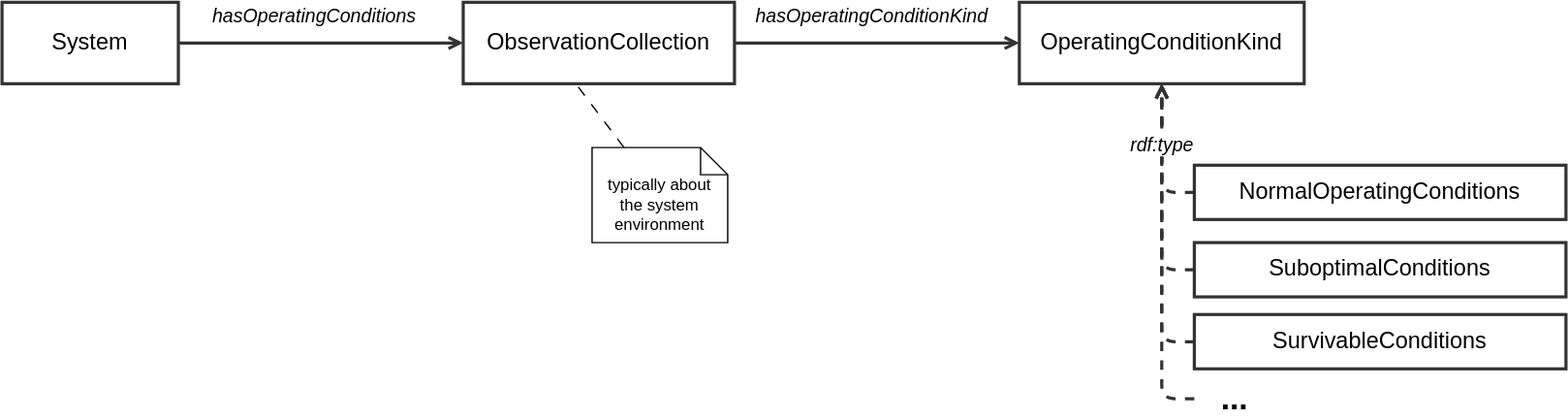
Earlier version of the draw.io export ssn/images/SSNSystem-operating-conditions.svg (afeliachi/sdw-sosa-ssn). Source tidied: cells renumbered, new cells last; positions are measured from the earlier drawing's top-left corner, leaving out a move shared by most shapes. The source it was exported from:
```xml
<mxGraphModel>
  <root>
    <mxCell id="0" />
    <mxCell id="1" parent="0" />
    <mxCell id="2" value="hasOperatingConditionKind" style="edgeStyle=orthogonalEdgeStyle;shape=connector;rounded=1;jettySize=auto;html=1;exitX=1;exitY=0.5;exitDx=0;exitDy=0;labelBackgroundColor=default;strokeColor=#333333;strokeWidth=2.3;align=center;verticalAlign=middle;fontFamily=Helvetica;fontSize=14;fontColor=default;startArrow=none;endArrow=open;fontStyle=2;" parent="1" edge="1" source="3" target="4">
      <mxGeometry x="-0.04" y="20" relative="1" as="geometry" />
    </mxCell>
    <mxCell id="3" value="ObservationCollection" style="html=1;overflow=block;blockSpacing=1;whiteSpace=wrap;fontSize=16.8;align=center;spacing=0;strokeColor=#333333;fillColor=none;strokeWidth=2.3;" parent="1" vertex="1">
      <mxGeometry x="340" width="200" height="60" as="geometry" />
    </mxCell>
    <mxCell id="4" value="OperatingConditionKind" style="html=1;overflow=block;blockSpacing=1;whiteSpace=wrap;fontSize=16.8;align=center;spacing=0;strokeColor=#333333;strokeOpacity=100;fillColor=none;strokeWidth=2.3;" parent="1" vertex="1">
      <mxGeometry x="750" width="210" height="60" as="geometry" />
    </mxCell>
    <mxCell id="5" value="NormalOperatingConditions" style="html=1;overflow=block;blockSpacing=1;whiteSpace=wrap;fontSize=16.8;align=center;spacing=0;strokeColor=#333333;strokeOpacity=100;fillColor=none;strokeWidth=2.3;" parent="1" vertex="1">
      <mxGeometry x="879" y="120" width="274" height="40" as="geometry" />
    </mxCell>
    <mxCell id="6" value="..." style="text;html=1;strokeColor=none;fillColor=none;align=center;verticalAlign=middle;whiteSpace=wrap;rounded=0;fontSize=24;fontFamily=Helvetica;fontColor=default;fontStyle=1;" parent="1" vertex="1">
      <mxGeometry x="879" y="277" width="60" height="30" as="geometry" />
    </mxCell>
    <mxCell id="7" style="edgeStyle=orthogonalEdgeStyle;shape=connector;rounded=1;jettySize=auto;html=1;labelBackgroundColor=default;strokeColor=#333333;strokeWidth=2.3;align=center;verticalAlign=middle;fontFamily=Helvetica;fontSize=14;fontColor=default;startArrow=none;endArrow=open;fontStyle=2;entryX=0.5;entryY=1;entryDx=0;entryDy=0;dashed=1;exitX=0;exitY=0.5;exitDx=0;exitDy=0;" parent="1" edge="1" source="5" target="4">
      <mxGeometry x="-0.04" y="20" relative="1" as="geometry" />
    </mxCell>
    <mxCell id="8" style="edgeStyle=orthogonalEdgeStyle;shape=connector;rounded=1;jettySize=auto;html=1;exitX=0;exitY=0.5;exitDx=0;exitDy=0;dashed=1;labelBackgroundColor=default;strokeColor=#333333;strokeWidth=2.3;align=center;verticalAlign=middle;fontFamily=Helvetica;fontSize=14;fontColor=default;startArrow=none;endArrow=open;" parent="1" edge="1" source="9" target="4">
      <mxGeometry relative="1" as="geometry" />
    </mxCell>
    <mxCell id="9" value="SurvivableConditions" style="html=1;overflow=block;blockSpacing=1;whiteSpace=wrap;fontSize=16.8;align=center;spacing=0;strokeColor=#333333;strokeOpacity=100;fillColor=none;strokeWidth=2.3;" parent="1" vertex="1">
      <mxGeometry x="879" y="230" width="274" height="40" as="geometry" />
    </mxCell>
    <mxCell id="10" style="edgeStyle=orthogonalEdgeStyle;shape=connector;rounded=1;jettySize=auto;html=1;exitX=0;exitY=0.5;exitDx=0;exitDy=0;dashed=1;labelBackgroundColor=default;strokeColor=#333333;strokeWidth=2.3;align=center;verticalAlign=middle;fontFamily=Helvetica;fontSize=14;fontColor=default;startArrow=none;endArrow=open;" parent="1" edge="1" source="11" target="4">
      <mxGeometry relative="1" as="geometry" />
    </mxCell>
    <mxCell id="11" value="SuboptimalConditions" style="html=1;overflow=block;blockSpacing=1;whiteSpace=wrap;fontSize=16.8;align=center;spacing=0;strokeColor=#333333;strokeOpacity=100;fillColor=none;strokeWidth=2.3;" parent="1" vertex="1">
      <mxGeometry x="879" y="177" width="274" height="40" as="geometry" />
    </mxCell>
    <mxCell id="12" value="rdf:type" style="edgeStyle=orthogonalEdgeStyle;shape=connector;rounded=1;jettySize=auto;html=1;labelBackgroundColor=default;strokeColor=#333333;strokeWidth=2.3;align=center;verticalAlign=middle;fontFamily=Helvetica;fontSize=14;fontColor=default;startArrow=none;endArrow=open;fontStyle=2;dashed=1;entryX=0.5;entryY=1;entryDx=0;entryDy=0;exitX=0;exitY=0.5;exitDx=0;exitDy=0;" parent="1" edge="1" source="6" target="4">
      <mxGeometry x="0.65" relative="1" as="geometry" />
    </mxCell>
    <mxCell id="13" style="rounded=0;jettySize=auto;html=1;entryX=0.5;entryY=1;entryDx=0;entryDy=0;dashed=1;dashPattern=8 8;endArrow=none;endFill=0;" parent="1" edge="1" source="14">
      <mxGeometry relative="1" as="geometry">
        <mxPoint x="420" y="56" as="targetPoint" />
      </mxGeometry>
    </mxCell>
    <mxCell id="14" value="&lt;br&gt;typically about&lt;br&gt;the system environment" style="shape=note;size=20;whiteSpace=wrap;html=1;" parent="1" vertex="1">
      <mxGeometry x="435" y="107" width="100" height="70" as="geometry" />
    </mxCell>
    <mxCell id="15" value="&lt;i&gt;hasOperatingConditions&lt;/i&gt;" style="edgeStyle=orthogonalEdgeStyle;shape=connector;rounded=1;jettySize=auto;html=1;exitX=1;exitY=0.5;exitDx=0;exitDy=0;entryX=0;entryY=0.5;entryDx=0;entryDy=0;labelBackgroundColor=default;strokeColor=#333333;strokeWidth=2.3;align=center;verticalAlign=middle;fontFamily=Helvetica;fontSize=14;fontColor=default;startArrow=none;endArrow=open;" parent="1" edge="1" source="16" target="3">
      <mxGeometry x="-0.05" y="20" relative="1" as="geometry" />
    </mxCell>
    <mxCell id="16" value="System" style="html=1;overflow=block;blockSpacing=1;whiteSpace=wrap;fontSize=16.8;align=center;spacing=0;strokeColor=#333333;strokeOpacity=100;fillColor=none;strokeWidth=2.3;" parent="1" vertex="1">
      <mxGeometry width="130" height="60" as="geometry" />
    </mxCell>
  </root>
</mxGraphModel>
```
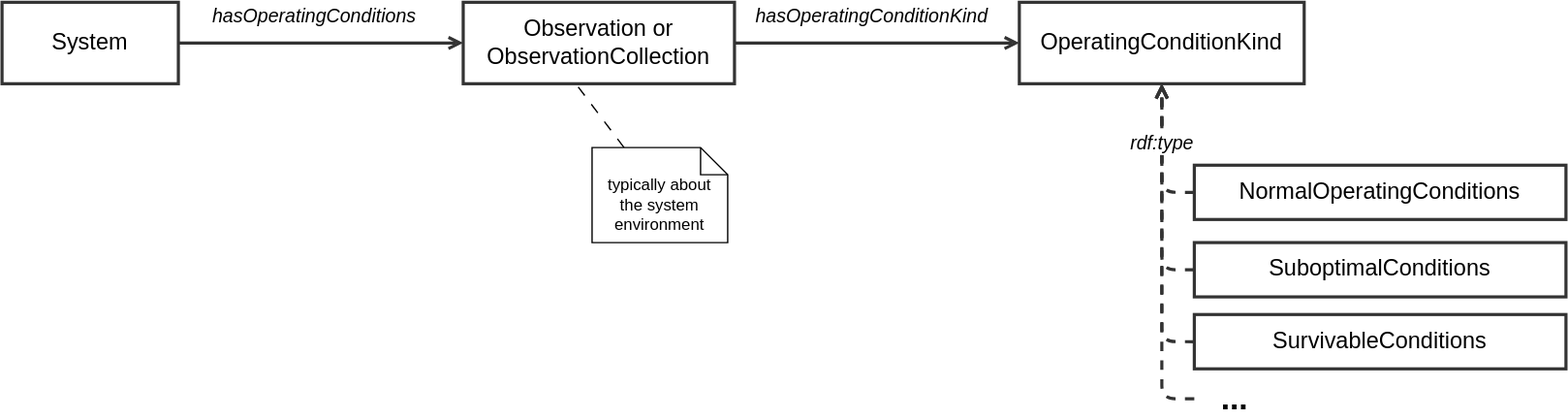
The same diagram one commit later.

What changed in the source:
```diff
@@ -5,7 +5,7 @@
     <mxCell id="2" value="hasOperatingConditionKind" style="edgeStyle=orthogonalEdgeStyle;shape=connector;rounded=1;jettySize=auto;html=1;exitX=1;exitY=0.5;exitDx=0;exitDy=0;labelBackgroundColor=default;strokeColor=#333333;strokeWidth=2.3;align=center;verticalAlign=middle;fontFamily=Helvetica;fontSize=14;fontColor=default;startArrow=none;endArrow=open;fontStyle=2;" parent="1" edge="1" source="3" target="4">
       <mxGeometry x="-0.04" y="20" relative="1" as="geometry" />
     </mxCell>
-    <mxCell id="3" value="ObservationCollection" style="html=1;overflow=block;blockSpacing=1;whiteSpace=wrap;fontSize=16.8;align=center;spacing=0;strokeColor=#333333;fillColor=none;strokeWidth=2.3;" parent="1" vertex="1">
+    <mxCell id="3" value="Observation or ObservationCollection" style="html=1;overflow=block;blockSpacing=1;whiteSpace=wrap;fontSize=16.8;align=center;spacing=0;strokeColor=#333333;fillColor=none;strokeWidth=2.3;" parent="1" vertex="1">
       <mxGeometry x="340" width="200" height="60" as="geometry" />
     </mxCell>
     <mxCell id="4" value="OperatingConditionKind" style="html=1;overflow=block;blockSpacing=1;whiteSpace=wrap;fontSize=16.8;align=center;spacing=0;strokeColor=#333333;strokeOpacity=100;fillColor=none;strokeWidth=2.3;" parent="1" vertex="1">
```
